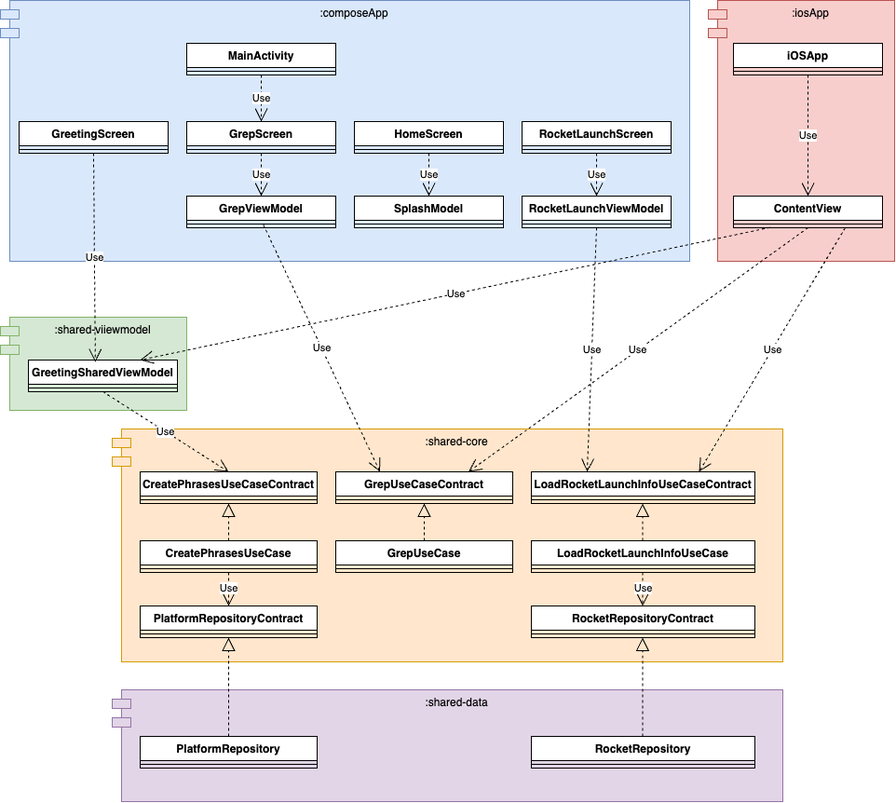
Earlier version of the draw.io export KmpMultiModuleWithSubmodule/docs/class_diagram.png (seabat/kmp-samples). Source tidied: cells renumbered, new cells last; positions are measured from the earlier drawing's top-left corner, leaving out a move shared by most shapes.
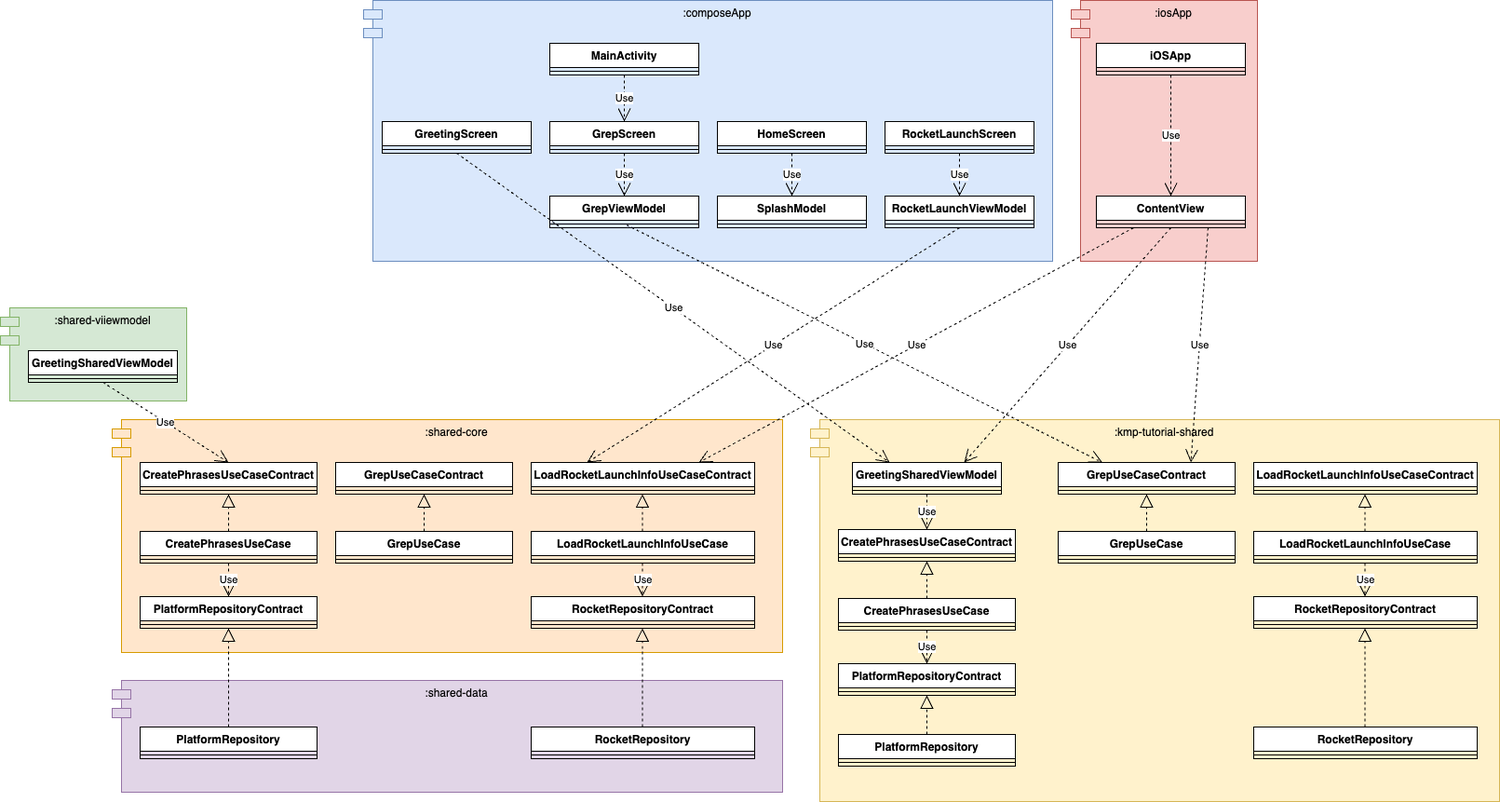
Later version of the same file.

Change to the diagram source:
```diff
@@ -2,38 +2,41 @@
   <root>
     <mxCell id="0" />
     <mxCell id="1" parent="0" />
+    <mxCell id="68" value=":kmp-tutorial-shared" style="shape=module;align=left;spacingLeft=20;align=center;verticalAlign=top;whiteSpace=wrap;html=1;fillColor=#fff2cc;strokeColor=#d6b656;" parent="1" vertex="1">
+      <mxGeometry x="870" y="460" width="740" height="410" as="geometry" />
+    </mxCell>
     <mxCell id="2" value=":composeApp" style="shape=module;align=left;spacingLeft=20;align=center;verticalAlign=top;whiteSpace=wrap;html=1;fillColor=#dae8fc;strokeColor=#6c8ebf;" parent="1" vertex="1">
-      <mxGeometry width="740" height="280" as="geometry" />
+      <mxGeometry x="390" y="10" width="740" height="280" as="geometry" />
     </mxCell>
     <mxCell id="3" value=":shared-core" style="shape=module;align=left;spacingLeft=20;align=center;verticalAlign=top;whiteSpace=wrap;html=1;fillColor=#ffe6cc;strokeColor=#d79b00;" parent="1" vertex="1">
       <mxGeometry x="120" y="460" width="720" height="250" as="geometry" />
     </mxCell>
     <mxCell id="4" value="MainActivity" style="swimlane;fontStyle=1;align=center;verticalAlign=top;horizontal=1;startSize=26;whiteSpace=wrap;html=1;" parent="1" vertex="1">
-      <mxGeometry x="200" y="46" width="160" height="34" as="geometry" />
+      <mxGeometry x="590" y="56" width="160" height="34" as="geometry" />
     </mxCell>
     <mxCell id="5" style="line;strokeWidth=1;fillColor=none;align=left;verticalAlign=middle;spacingTop=-1;spacingLeft=3;spacingRight=3;labelPosition=right;strokeColor=inherit;" parent="4" vertex="1">
       <mxGeometry y="26" width="160" height="8" as="geometry" />
     </mxCell>
     <mxCell id="6" value="GreetingScreen" style="swimlane;fontStyle=1;align=center;verticalAlign=top;horizontal=1;startSize=26;whiteSpace=wrap;html=1;" parent="1" vertex="1">
-      <mxGeometry x="20" y="130" width="160" height="34" as="geometry" />
+      <mxGeometry x="410" y="140" width="160" height="34" as="geometry" />
     </mxCell>
     <mxCell id="7" style="line;strokeWidth=1;fillColor=none;align=left;verticalAlign=middle;spacingTop=-1;spacingLeft=3;spacingRight=3;labelPosition=right;strokeColor=inherit;" parent="6" vertex="1">
       <mxGeometry y="26" width="160" height="8" as="geometry" />
     </mxCell>
     <mxCell id="8" value="GrepScreen" style="swimlane;fontStyle=1;align=center;verticalAlign=top;horizontal=1;startSize=26;whiteSpace=wrap;html=1;" parent="1" vertex="1">
-      <mxGeometry x="200" y="130" width="160" height="34" as="geometry" />
+      <mxGeometry x="590" y="140" width="160" height="34" as="geometry" />
     </mxCell>
     <mxCell id="9" style="line;strokeWidth=1;fillColor=none;align=left;verticalAlign=middle;spacingTop=-1;spacingLeft=3;spacingRight=3;labelPosition=right;strokeColor=inherit;" parent="8" vertex="1">
       <mxGeometry y="26" width="160" height="8" as="geometry" />
     </mxCell>
     <mxCell id="10" value="HomeScreen" style="swimlane;fontStyle=1;align=center;verticalAlign=top;horizontal=1;startSize=26;whiteSpace=wrap;html=1;" parent="1" vertex="1">
-      <mxGeometry x="380" y="130" width="160" height="34" as="geometry" />
+      <mxGeometry x="770" y="140" width="160" height="34" as="geometry" />
     </mxCell>
     <mxCell id="11" style="line;strokeWidth=1;fillColor=none;align=left;verticalAlign=middle;spacingTop=-1;spacingLeft=3;spacingRight=3;labelPosition=right;strokeColor=inherit;" parent="10" vertex="1">
       <mxGeometry y="26" width="160" height="8" as="geometry" />
     </mxCell>
     <mxCell id="12" value="RocketLaunchScreen" style="swimlane;fontStyle=1;align=center;verticalAlign=top;horizontal=1;startSize=26;whiteSpace=wrap;html=1;" parent="1" vertex="1">
-      <mxGeometry x="560" y="130" width="160" height="34" as="geometry" />
+      <mxGeometry x="950" y="140" width="160" height="34" as="geometry" />
     </mxCell>
     <mxCell id="13" style="line;strokeWidth=1;fillColor=none;align=left;verticalAlign=middle;spacingTop=-1;spacingLeft=3;spacingRight=3;labelPosition=right;strokeColor=inherit;" parent="12" vertex="1">
       <mxGeometry y="26" width="160" height="8" as="geometry" />
@@ -45,13 +48,13 @@
       <mxGeometry y="26" width="190" height="8" as="geometry" />
     </mxCell>
     <mxCell id="16" value="GrepViewModel" style="swimlane;fontStyle=1;align=center;verticalAlign=top;horizontal=1;startSize=26;whiteSpace=wrap;html=1;" parent="1" vertex="1">
-      <mxGeometry x="200" y="210" width="160" height="34" as="geometry" />
+      <mxGeometry x="590" y="220" width="160" height="34" as="geometry" />
     </mxCell>
     <mxCell id="17" style="line;strokeWidth=1;fillColor=none;align=left;verticalAlign=middle;spacingTop=-1;spacingLeft=3;spacingRight=3;labelPosition=right;points=[];portConstraint=eastwest;strokeColor=inherit;" parent="16" vertex="1">
       <mxGeometry y="26" width="160" height="8" as="geometry" />
     </mxCell>
     <mxCell id="18" value="RocketLaunchViewModel" style="swimlane;fontStyle=1;align=center;verticalAlign=top;horizontal=1;startSize=26;whiteSpace=wrap;html=1;" parent="1" vertex="1">
-      <mxGeometry x="560" y="210" width="160" height="34" as="geometry" />
+      <mxGeometry x="950" y="220" width="160" height="34" as="geometry" />
     </mxCell>
     <mxCell id="19" style="line;strokeWidth=1;fillColor=none;align=left;verticalAlign=middle;spacingTop=-1;spacingLeft=3;spacingRight=3;labelPosition=right;strokeColor=inherit;" parent="18" vertex="1">
       <mxGeometry y="26" width="160" height="8" as="geometry" />
@@ -110,7 +113,7 @@
     <mxCell id="37" style="line;strokeWidth=1;fillColor=none;align=left;verticalAlign=middle;spacingTop=-1;spacingLeft=3;spacingRight=3;labelPosition=right;strokeColor=inherit;" parent="36" vertex="1">
       <mxGeometry y="26" width="240" height="8" as="geometry" />
     </mxCell>
-    <mxCell id="38" value="Use" style="endArrow=open;endSize=12;dashed=1;html=1;rounded=0;exitX=0.5;exitY=1;exitDx=0;exitDy=0;entryX=0.449;entryY=0.066;entryDx=0;entryDy=0;entryPerimeter=0;" parent="1" edge="1" source="6" target="21">
+    <mxCell id="38" value="Use" style="endArrow=open;endSize=12;dashed=1;html=1;rounded=0;exitX=0.5;exitY=1;exitDx=0;exitDy=0;entryX=0.25;entryY=0;entryDx=0;entryDy=0;" parent="1" edge="1" source="6" target="69">
       <mxGeometry relative="1" as="geometry" />
     </mxCell>
     <mxCell id="39" value="Use" style="endArrow=open;endSize=12;dashed=1;html=1;rounded=0;exitX=0.5;exitY=1;exitDx=0;exitDy=0;entryX=0.5;entryY=0;entryDx=0;entryDy=0;" parent="1" edge="1" source="21" target="23">
@@ -158,11 +161,11 @@
         <mxPoint x="689.5" y="684" as="targetPoint" />
       </mxGeometry>
     </mxCell>
-    <mxCell id="51" value="Use" style="endArrow=open;endSize=12;dashed=1;html=1;rounded=0;exitX=0.515;exitY=0.625;exitDx=0;exitDy=0;entryX=0.25;entryY=0;entryDx=0;entryDy=0;exitPerimeter=0;" parent="1" edge="1" source="17" target="27">
+    <mxCell id="51" value="Use" style="endArrow=open;endSize=12;dashed=1;html=1;rounded=0;exitX=0.515;exitY=0.625;exitDx=0;exitDy=0;exitPerimeter=0;entryX=0.25;entryY=0;entryDx=0;entryDy=0;" parent="1" edge="1" source="17" target="96">
       <mxGeometry relative="1" as="geometry" />
     </mxCell>
     <mxCell id="52" value="SplashModel" style="swimlane;fontStyle=1;align=center;verticalAlign=top;horizontal=1;startSize=26;whiteSpace=wrap;html=1;" parent="1" vertex="1">
-      <mxGeometry x="380" y="210" width="160" height="34" as="geometry" />
+      <mxGeometry x="770" y="220" width="160" height="34" as="geometry" />
     </mxCell>
     <mxCell id="53" style="line;strokeWidth=1;fillColor=none;align=left;verticalAlign=middle;spacingTop=-1;spacingLeft=3;spacingRight=3;labelPosition=right;strokeColor=inherit;" parent="52" vertex="1">
       <mxGeometry y="26" width="160" height="8" as="geometry" />
@@ -180,16 +183,16 @@
       <mxGeometry relative="1" as="geometry" />
     </mxCell>
     <mxCell id="58" value=":iosApp" style="shape=module;align=left;spacingLeft=20;align=center;verticalAlign=top;whiteSpace=wrap;html=1;fillColor=#f8cecc;strokeColor=#b85450;" parent="1" vertex="1">
-      <mxGeometry x="760" width="200" height="280" as="geometry" />
+      <mxGeometry x="1150" y="10" width="200" height="280" as="geometry" />
     </mxCell>
     <mxCell id="59" value="iOSApp" style="swimlane;fontStyle=1;align=center;verticalAlign=top;horizontal=1;startSize=26;whiteSpace=wrap;html=1;" parent="1" vertex="1">
-      <mxGeometry x="787" y="46" width="160" height="34" as="geometry" />
+      <mxGeometry x="1177" y="56" width="160" height="34" as="geometry" />
     </mxCell>
     <mxCell id="60" style="line;strokeWidth=1;fillColor=none;align=left;verticalAlign=middle;spacingTop=-1;spacingLeft=3;spacingRight=3;labelPosition=right;strokeColor=inherit;" parent="59" vertex="1">
       <mxGeometry y="26" width="160" height="8" as="geometry" />
     </mxCell>
     <mxCell id="61" value="ContentView" style="swimlane;fontStyle=1;align=center;verticalAlign=top;horizontal=1;startSize=26;whiteSpace=wrap;html=1;" parent="1" vertex="1">
-      <mxGeometry x="787" y="210" width="160" height="34" as="geometry" />
+      <mxGeometry x="1177" y="220" width="160" height="34" as="geometry" />
     </mxCell>
     <mxCell id="62" style="line;strokeWidth=1;fillColor=none;align=left;verticalAlign=middle;spacingTop=-1;spacingLeft=3;spacingRight=3;labelPosition=right;points=[];portConstraint=eastwest;strokeColor=inherit;" parent="61" vertex="1">
       <mxGeometry y="26" width="160" height="8" as="geometry" />
@@ -200,14 +203,115 @@
     <mxCell id="64" value="Use" style="endArrow=open;endSize=12;dashed=1;html=1;rounded=0;exitX=0.5;exitY=1;exitDx=0;exitDy=0;entryX=0.5;entryY=0;entryDx=0;entryDy=0;" parent="1" edge="1" source="59" target="61">
       <mxGeometry relative="1" as="geometry" />
     </mxCell>
-    <mxCell id="65" value="Use" style="endArrow=open;endSize=12;dashed=1;html=1;rounded=0;exitX=0.246;exitY=0.962;exitDx=0;exitDy=0;entryX=0.75;entryY=0;entryDx=0;entryDy=0;exitPerimeter=0;" parent="1" edge="1" source="62" target="21">
+    <mxCell id="65" value="Use" style="endArrow=open;endSize=12;dashed=1;html=1;rounded=0;entryX=0.75;entryY=0;entryDx=0;entryDy=0;exitX=0.5;exitY=1;exitDx=0;exitDy=0;" parent="1" edge="1" source="61" target="69">
       <mxGeometry relative="1" as="geometry" />
     </mxCell>
-    <mxCell id="66" value="Use" style="endArrow=open;endSize=12;dashed=1;html=1;rounded=0;exitX=0.5;exitY=1;exitDx=0;exitDy=0;entryX=0.75;entryY=0;entryDx=0;entryDy=0;" parent="1" edge="1" source="61" target="27">
+    <mxCell id="66" value="Use" style="endArrow=open;endSize=12;dashed=1;html=1;rounded=0;exitX=0.25;exitY=1;exitDx=0;exitDy=0;entryX=0.75;entryY=0;entryDx=0;entryDy=0;" parent="1" edge="1" source="61" target="31">
       <mxGeometry relative="1" as="geometry" />
     </mxCell>
-    <mxCell id="67" value="Use" style="endArrow=open;endSize=12;dashed=1;html=1;rounded=0;exitX=0.75;exitY=1;exitDx=0;exitDy=0;entryX=0.75;entryY=0;entryDx=0;entryDy=0;" parent="1" edge="1" source="61" target="31">
+    <mxCell id="67" value="Use" style="endArrow=open;endSize=12;dashed=1;html=1;rounded=0;exitX=0.75;exitY=1;exitDx=0;exitDy=0;entryX=0.75;entryY=0;entryDx=0;entryDy=0;" parent="1" edge="1" source="61" target="96">
       <mxGeometry relative="1" as="geometry" />
     </mxCell>
+    <mxCell id="69" value="GreetingSharedViewModel" style="swimlane;fontStyle=1;align=center;verticalAlign=top;horizontal=1;startSize=26;whiteSpace=wrap;html=1;" parent="1" vertex="1">
+      <mxGeometry x="915" y="506" width="160" height="34" as="geometry" />
+    </mxCell>
+    <mxCell id="70" style="line;strokeWidth=1;fillColor=none;align=left;verticalAlign=middle;spacingTop=-1;spacingLeft=3;spacingRight=3;labelPosition=right;strokeColor=inherit;" parent="69" vertex="1">
+      <mxGeometry y="26" width="160" height="8" as="geometry" />
+    </mxCell>
+    <mxCell id="71" value="CreatePhrasesUseCase" style="swimlane;fontStyle=1;align=center;verticalAlign=top;horizontal=1;startSize=26;whiteSpace=wrap;html=1;" parent="1" vertex="1">
+      <mxGeometry x="900" y="652" width="190" height="34" as="geometry" />
+    </mxCell>
+    <mxCell id="72" style="line;strokeWidth=1;fillColor=none;align=left;verticalAlign=middle;spacingTop=-1;spacingLeft=3;spacingRight=3;labelPosition=right;strokeColor=inherit;" parent="71" vertex="1">
+      <mxGeometry y="26" width="190" height="8" as="geometry" />
+    </mxCell>
+    <mxCell id="73" value="CreatePhrasesUseCaseContract" style="swimlane;fontStyle=1;align=center;verticalAlign=top;horizontal=1;startSize=26;whiteSpace=wrap;html=1;" parent="1" vertex="1">
+      <mxGeometry x="900" y="578" width="190" height="34" as="geometry" />
+    </mxCell>
+    <mxCell id="74" style="line;strokeWidth=1;fillColor=none;align=left;verticalAlign=middle;spacingTop=-1;spacingLeft=3;spacingRight=3;labelPosition=right;strokeColor=inherit;" parent="73" vertex="1">
+      <mxGeometry y="26" width="190" height="8" as="geometry" />
+    </mxCell>
+    <mxCell id="75" value="GrepUseCase" style="swimlane;fontStyle=1;align=center;verticalAlign=top;horizontal=1;startSize=26;whiteSpace=wrap;html=1;" parent="1" vertex="1">
+      <mxGeometry x="1136" y="580" width="190" height="34" as="geometry" />
+    </mxCell>
+    <mxCell id="76" style="line;strokeWidth=1;fillColor=none;align=left;verticalAlign=middle;spacingTop=-1;spacingLeft=3;spacingRight=3;labelPosition=right;strokeColor=inherit;" parent="75" vertex="1">
+      <mxGeometry y="26" width="190" height="8" as="geometry" />
+    </mxCell>
+    <mxCell id="77" value="LoadRocketLaunchInfoUseCase" style="swimlane;fontStyle=1;align=center;verticalAlign=top;horizontal=1;startSize=26;whiteSpace=wrap;html=1;" parent="1" vertex="1">
+      <mxGeometry x="1346" y="580" width="240" height="34" as="geometry" />
+    </mxCell>
+    <mxCell id="78" style="line;strokeWidth=1;fillColor=none;align=left;verticalAlign=middle;spacingTop=-1;spacingLeft=3;spacingRight=3;labelPosition=right;strokeColor=inherit;" parent="77" vertex="1">
+      <mxGeometry y="26" width="240" height="8" as="geometry" />
+    </mxCell>
+    <mxCell id="79" value="LoadRocketLaunchInfoUseCaseContract" style="swimlane;fontStyle=1;align=center;verticalAlign=top;horizontal=1;startSize=26;whiteSpace=wrap;html=1;" parent="1" vertex="1">
+      <mxGeometry x="1346" y="506" width="240" height="34" as="geometry" />
+    </mxCell>
+    <mxCell id="80" style="line;strokeWidth=1;fillColor=none;align=left;verticalAlign=middle;spacingTop=-1;spacingLeft=3;spacingRight=3;labelPosition=right;strokeColor=inherit;" parent="79" vertex="1">
+      <mxGeometry y="26" width="240" height="8" as="geometry" />
+    </mxCell>
+    <mxCell id="81" value="PlatformRepository" style="swimlane;fontStyle=1;align=center;verticalAlign=top;horizontal=1;startSize=26;whiteSpace=wrap;html=1;" parent="1" vertex="1">
+      <mxGeometry x="900" y="798" width="190" height="34" as="geometry" />
+    </mxCell>
+    <mxCell id="82" style="line;strokeWidth=1;fillColor=none;align=left;verticalAlign=middle;spacingTop=-1;spacingLeft=3;spacingRight=3;labelPosition=right;strokeColor=inherit;" parent="81" vertex="1">
+      <mxGeometry y="26" width="190" height="8" as="geometry" />
+    </mxCell>
+    <mxCell id="83" value="RocketRepository" style="swimlane;fontStyle=1;align=center;verticalAlign=top;horizontal=1;startSize=26;whiteSpace=wrap;html=1;" parent="1" vertex="1">
+      <mxGeometry x="1346" y="790" width="240" height="34" as="geometry" />
+    </mxCell>
+    <mxCell id="84" style="line;strokeWidth=1;fillColor=none;align=left;verticalAlign=middle;spacingTop=-1;spacingLeft=3;spacingRight=3;labelPosition=right;strokeColor=inherit;" parent="83" vertex="1">
+      <mxGeometry y="26" width="240" height="8" as="geometry" />
+    </mxCell>
+    <mxCell id="85" value="PlatformRepositoryContract" style="swimlane;fontStyle=1;align=center;verticalAlign=top;horizontal=1;startSize=26;whiteSpace=wrap;html=1;" parent="1" vertex="1">
+      <mxGeometry x="900" y="722" width="190" height="34" as="geometry" />
+    </mxCell>
+    <mxCell id="86" style="line;strokeWidth=1;fillColor=none;align=left;verticalAlign=middle;spacingTop=-1;spacingLeft=3;spacingRight=3;labelPosition=right;strokeColor=inherit;" parent="85" vertex="1">
+      <mxGeometry y="26" width="190" height="8" as="geometry" />
+    </mxCell>
+    <mxCell id="87" value="RocketRepositoryContract" style="swimlane;fontStyle=1;align=center;verticalAlign=top;horizontal=1;startSize=26;whiteSpace=wrap;html=1;" parent="1" vertex="1">
+      <mxGeometry x="1346" y="650" width="240" height="34" as="geometry" />
+    </mxCell>
+    <mxCell id="88" style="line;strokeWidth=1;fillColor=none;align=left;verticalAlign=middle;spacingTop=-1;spacingLeft=3;spacingRight=3;labelPosition=right;strokeColor=inherit;" parent="87" vertex="1">
+      <mxGeometry y="26" width="240" height="8" as="geometry" />
+    </mxCell>
+    <mxCell id="89" style="endArrow=block;dashed=1;endFill=0;endSize=12;html=1;rounded=0;entryX=0.5;entryY=1;entryDx=0;entryDy=0;exitX=0.5;exitY=0;exitDx=0;exitDy=0;" parent="1" edge="1" source="71" target="73">
+      <mxGeometry relative="1" as="geometry" />
+    </mxCell>
+    <mxCell id="90" value="Use" style="endArrow=open;endSize=12;dashed=1;html=1;rounded=0;exitX=0.5;exitY=1;exitDx=0;exitDy=0;entryX=0.5;entryY=0;entryDx=0;entryDy=0;" parent="1" edge="1" source="71" target="85">
+      <mxGeometry relative="1" as="geometry" />
+    </mxCell>
+    <mxCell id="91" style="endArrow=block;dashed=1;endFill=0;endSize=12;html=1;rounded=0;entryX=0.5;entryY=1;entryDx=0;entryDy=0;exitX=0.5;exitY=0;exitDx=0;exitDy=0;" parent="1" edge="1" source="81" target="85">
+      <mxGeometry relative="1" as="geometry" />
+    </mxCell>
+    <mxCell id="92" style="endArrow=block;dashed=1;endFill=0;endSize=12;html=1;rounded=0;entryX=0.5;entryY=1;entryDx=0;entryDy=0;" parent="1" edge="1" source="75">
+      <mxGeometry relative="1" as="geometry">
+        <mxPoint x="1231" y="540" as="targetPoint" />
+      </mxGeometry>
+    </mxCell>
+    <mxCell id="93" style="endArrow=block;dashed=1;endFill=0;endSize=12;html=1;rounded=0;entryX=0.5;entryY=1;entryDx=0;entryDy=0;exitX=0.5;exitY=0;exitDx=0;exitDy=0;" parent="1" edge="1">
+      <mxGeometry relative="1" as="geometry">
+        <mxPoint x="1465.5" y="580" as="sourcePoint" />
+        <mxPoint x="1465.5" y="540" as="targetPoint" />
+      </mxGeometry>
+    </mxCell>
+    <mxCell id="94" value="Use" style="endArrow=open;endSize=12;dashed=1;html=1;rounded=0;exitX=0.5;exitY=1;exitDx=0;exitDy=0;entryX=0.5;entryY=0;entryDx=0;entryDy=0;" parent="1" edge="1">
+      <mxGeometry relative="1" as="geometry">
+        <mxPoint x="1465.5" y="614" as="sourcePoint" />
+        <mxPoint x="1465.5" y="650" as="targetPoint" />
+      </mxGeometry>
+    </mxCell>
+    <mxCell id="95" style="endArrow=block;dashed=1;endFill=0;endSize=12;html=1;rounded=0;entryX=0.5;entryY=1;entryDx=0;entryDy=0;exitX=0.5;exitY=0;exitDx=0;exitDy=0;" parent="1" edge="1">
+      <mxGeometry relative="1" as="geometry">
+        <mxPoint x="1465.5" y="790" as="sourcePoint" />
+        <mxPoint x="1465.5" y="684" as="targetPoint" />
+      </mxGeometry>
+    </mxCell>
+    <mxCell id="96" value="GrepUseCaseContract" style="swimlane;fontStyle=1;align=center;verticalAlign=top;horizontal=1;startSize=26;whiteSpace=wrap;html=1;" parent="1" vertex="1">
+      <mxGeometry x="1136" y="506" width="190" height="34" as="geometry" />
+    </mxCell>
+    <mxCell id="97" style="line;strokeWidth=1;fillColor=none;align=left;verticalAlign=middle;spacingTop=-1;spacingLeft=3;spacingRight=3;labelPosition=right;strokeColor=inherit;" parent="96" vertex="1">
+      <mxGeometry y="26" width="190" height="8" as="geometry" />
+    </mxCell>
+    <mxCell id="98" value="Use" style="endArrow=open;endSize=12;dashed=1;html=1;rounded=0;entryX=0.5;entryY=0;entryDx=0;entryDy=0;" parent="1" edge="1" source="69" target="73">
+      <mxGeometry relative="1" as="geometry" />
+    </mxCell>
   </root>
 </mxGraphModel>
```
